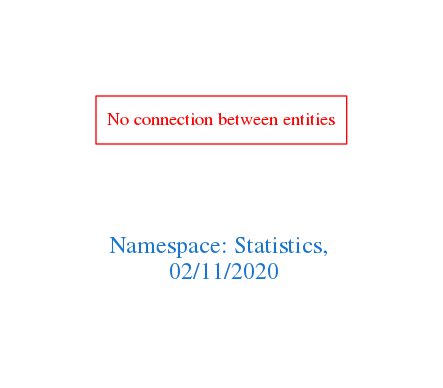
Earlier version of the Graphviz export downloads/Statistics.png (arago/OGIT). Its source is kept beside it as downloads/Statistics.dot.
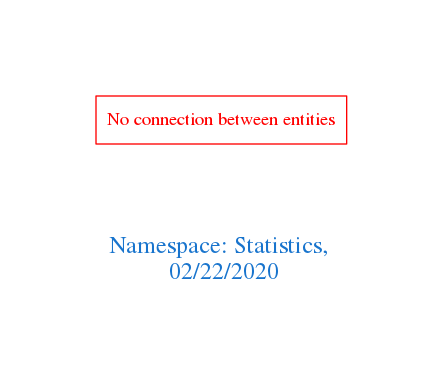
After the commit.

Diff of the diagram source:
```diff
@@ -1,7 +1,7 @@
 digraph OGIT_ontology {
  graph [ rankdir= LR,pad=1
 fontsize = 18,
-fontcolor= dodgerblue3,label = "\n\n\nNamespace: Statistics, \n 02/11/2020"];
+fontcolor= dodgerblue3,label = "\n\n\nNamespace: Statistics, \n 02/22/2020"];
 node[shape=polygon];
 edge [  color="gray81"];
 
```
